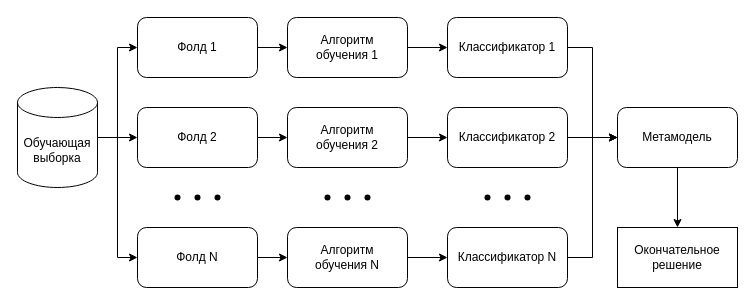
The draw.io diagram page "stacking" (11 of 14) of docs/drawio/research-schemas.drawio in migregal/bmstu-iu7-thesis, before the edit. Source tidied: cells renumbered, new cells numbered last; positions are measured from the earlier drawing's top-left corner, leaving out a move shared by most shapes. Both pictures are drawn from the tidied source at 100%, with x=0, y=0 at pixel (17, 17).
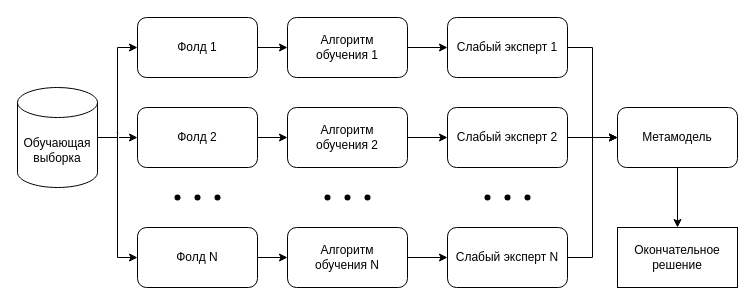
Above is the later version.

The change refers to these unchanged cells:
```xml
<mxCell id="5" value="Обучающая&lt;br&gt;выборка" style="shape=cylinder3;whiteSpace=wrap;html=1;boundedLbl=1;backgroundOutline=1;size=15;" parent="1" vertex="1">
  <mxGeometry y="70" width="80" height="100" as="geometry" />
</mxCell>
<mxCell id="13" value="Фолд&amp;nbsp;2" style="rounded=1;whiteSpace=wrap;html=1;" parent="1" vertex="1">
  <mxGeometry x="120" y="90" width="120" height="60" as="geometry" />
</mxCell>
```

Diff of the diagram source:
```diff
@@
-    <mxCell id="2" style="edgeStyle=orthogonalEdgeStyle;rounded=0;jettySize=auto;html=1;entryX=0;entryY=0.5;entryDx=0;entryDy=0;" parent="1" edge="1" source="5" target="13">
+    <mxCell id="2" value="`" style="edgeStyle=orthogonalEdgeStyle;rounded=0;jettySize=auto;html=1;entryX=0;entryY=0.5;entryDx=0;entryDy=0;" parent="1" edge="1" source="5" target="13">
       <mxGeometry relative="1" as="geometry" />
     </mxCell>
@@
-    <mxCell id="11" value="Классификатор 1" style="rounded=1;whiteSpace=wrap;html=1;" parent="1" vertex="1">
+    <mxCell id="11" value="Слабый эксперт&amp;nbsp;1" style="rounded=1;whiteSpace=wrap;html=1;" parent="1" vertex="1">
       <mxGeometry x="430" width="120" height="60" as="geometry" />
     </mxCell>
@@
-    <mxCell id="17" value="Классификатор 2" style="rounded=1;whiteSpace=wrap;html=1;" parent="1" vertex="1">
+    <mxCell id="17" value="Слабый эксперт&amp;nbsp;2" style="rounded=1;whiteSpace=wrap;html=1;" parent="1" vertex="1">
       <mxGeometry x="430" y="90" width="120" height="60" as="geometry" />
     </mxCell>
@@
-    <mxCell id="24" value="Классификатор N" style="rounded=1;whiteSpace=wrap;html=1;" parent="1" vertex="1">
+    <mxCell id="24" value="Слабый эксперт&amp;nbsp;N" style="rounded=1;whiteSpace=wrap;html=1;" parent="1" vertex="1">
       <mxGeometry x="430" y="210" width="120" height="60" as="geometry" />
     </mxCell>
```
